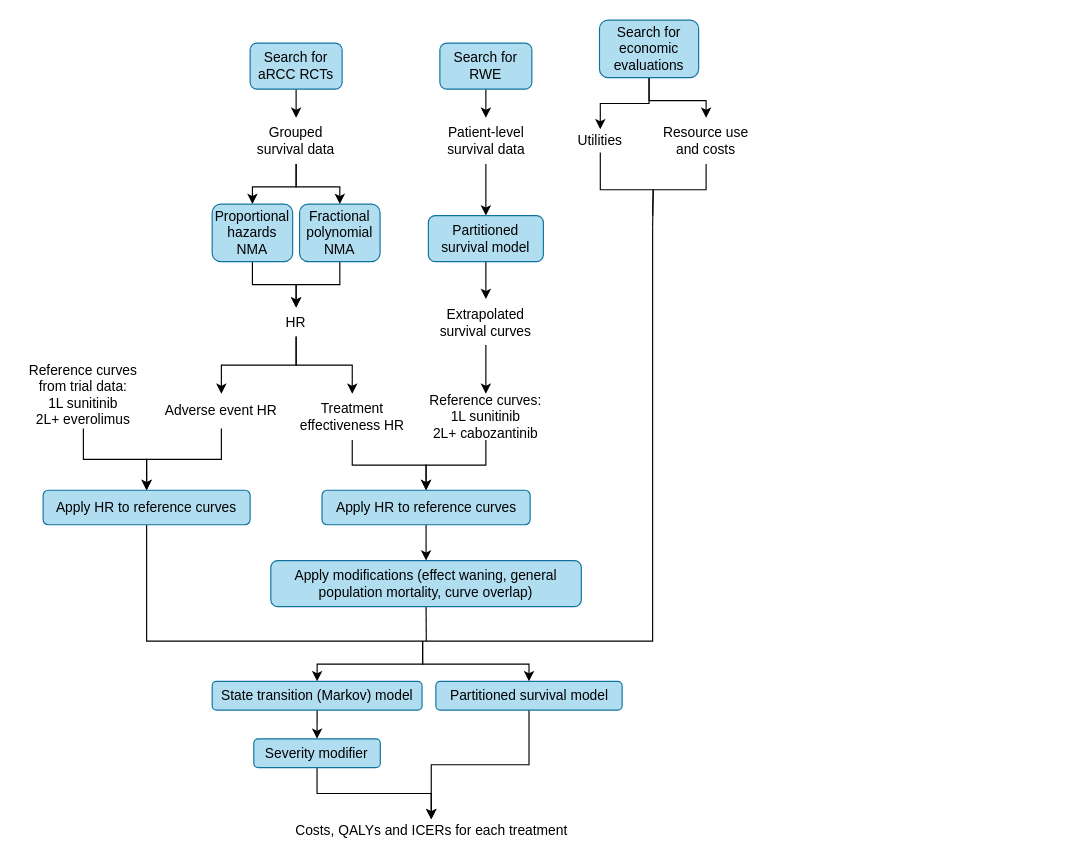
Above: docs/images/detailed_overview_vertical.drawio in nice-digital/NICE-model-repo (draw.io), before the change. Source tidied: cells renumbered, new cells numbered last; positions are measured from the earlier drawing's top-left corner, leaving out a move shared by most shapes. Both pictures are drawn from the tidied source at 115%, with x=0, y=0 at pixel (20, 20).
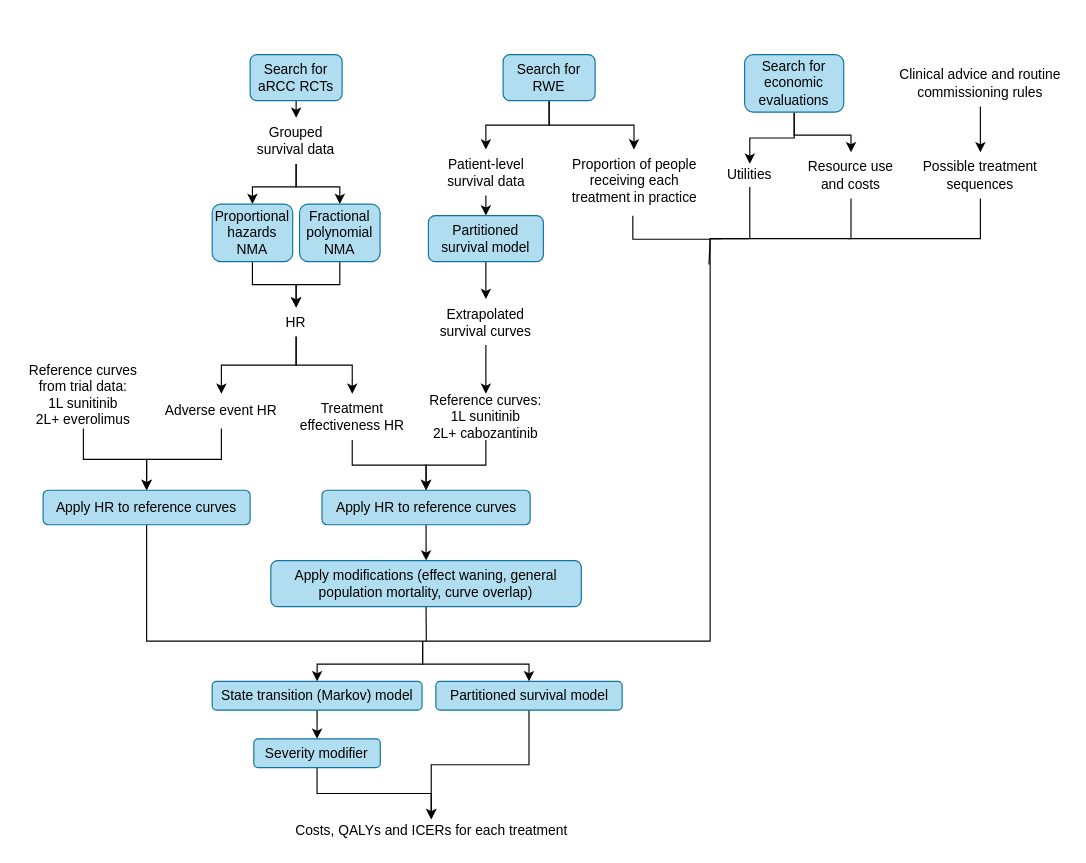
The same page after the edit.

Commit message (it also covers changes not shown here):
docs(diagrams): updated the overview diagrams

Diff of the diagram source:
```diff
@@
     <mxCell id="3" value="Search for aRCC RCTs" style="rounded=1;whiteSpace=wrap;html=1;fillColor=#b1ddf0;strokeColor=#10739e;" parent="1" vertex="1">
-      <mxGeometry x="200" y="20" width="80" height="40" as="geometry" />
+      <mxGeometry x="200" y="30" width="80" height="40" as="geometry" />
     </mxCell>
@@
+    <mxCell id="53" style="edgeStyle=orthogonalEdgeStyle;rounded=0;jettySize=auto;html=1;exitX=0.5;exitY=1;exitDx=0;exitDy=0;entryX=0.5;entryY=0;entryDx=0;entryDy=0;" parent="1" edge="1" source="15" target="57">
+      <mxGeometry relative="1" as="geometry" />
+    </mxCell>
     <mxCell id="15" value="Search for RWE" style="rounded=1;whiteSpace=wrap;html=1;fillColor=#b1ddf0;strokeColor=#10739e;" parent="1" vertex="1">
-      <mxGeometry x="365" y="20" width="80" height="40" as="geometry" />
+      <mxGeometry x="420" y="30" width="80" height="40" as="geometry" />
     </mxCell>
@@
     <mxCell id="17" value="Patient-level survival data" style="rounded=1;whiteSpace=wrap;html=1;fillColor=none;strokeColor=none;" parent="1" vertex="1">
-      <mxGeometry x="362.5" y="85" width="85" height="40" as="geometry" />
+      <mxGeometry x="362.5" y="112.5" width="85" height="40" as="geometry" />
     </mxCell>
@@
-    <mxCell id="34" style="edgeStyle=orthogonalEdgeStyle;rounded=0;jettySize=auto;html=1;exitX=0.5;exitY=1;exitDx=0;exitDy=0;endArrow=none;endFill=0;" parent="1" edge="1" source="35">
-      <mxGeometry relative="1" as="geometry">
-        <mxPoint x="550" y="170" as="targetPoint" />
-      </mxGeometry>
-    </mxCell>
+    <mxCell id="54" style="edgeStyle=orthogonalEdgeStyle;rounded=0;jettySize=auto;html=1;exitX=0.5;exitY=1;exitDx=0;exitDy=0;endArrow=none;endFill=0;" parent="1" edge="1" source="35">
+      <mxGeometry relative="1" as="geometry">
+        <mxPoint x="600" y="190" as="targetPoint" />
+        <Array as="points">
+          <mxPoint x="723" y="190" />
+        </Array>
+      </mxGeometry>
+    </mxCell>
     <mxCell id="35" value="Resource use and costs" style="rounded=1;whiteSpace=wrap;html=1;fillColor=none;strokeColor=none;" parent="1" vertex="1">
-      <mxGeometry x="554" y="85" width="85" height="40" as="geometry" />
+      <mxGeometry x="680" y="115" width="85" height="40" as="geometry" />
     </mxCell>
@@
     <mxCell id="38" value="Search for economic evaluations" style="rounded=1;whiteSpace=wrap;html=1;fillColor=#b1ddf0;strokeColor=#10739e;" parent="1" vertex="1">
-      <mxGeometry x="503.8" width="86.2" height="50" as="geometry" />
+      <mxGeometry x="630" y="30" width="86.2" height="50" as="geometry" />
     </mxCell>
-    <mxCell id="39" style="edgeStyle=orthogonalEdgeStyle;rounded=0;jettySize=auto;html=1;exitX=0.5;exitY=1;exitDx=0;exitDy=0;endArrow=none;endFill=0;" parent="1" edge="1" source="40">
-      <mxGeometry relative="1" as="geometry">
-        <mxPoint x="550" y="180" as="targetPoint" />
-      </mxGeometry>
-    </mxCell>
+    <mxCell id="55" style="edgeStyle=orthogonalEdgeStyle;rounded=0;jettySize=auto;html=1;exitX=0.5;exitY=1;exitDx=0;exitDy=0;endArrow=none;endFill=0;" parent="1" edge="1" source="40">
+      <mxGeometry relative="1" as="geometry">
+        <mxPoint x="600" y="190" as="targetPoint" />
+        <Array as="points">
+          <mxPoint x="635" y="190" />
+        </Array>
+      </mxGeometry>
+    </mxCell>
     <mxCell id="40" value="Utilities" style="rounded=1;whiteSpace=wrap;html=1;fillColor=none;strokeColor=none;" parent="1" vertex="1">
-      <mxGeometry x="480" y="95" width="49" height="20" as="geometry" />
+      <mxGeometry x="610" y="125" width="49" height="20" as="geometry" />
     </mxCell>
@@
     <mxCell id="50" style="endArrow=none;html=1;rounded=0;edgeStyle=orthogonalEdgeStyle;endFill=0;" parent="1" edge="1">
       <mxGeometry relative="1" as="geometry">
-        <mxPoint x="550" y="180" as="sourcePoint" />
+        <mxPoint x="610" y="190" as="sourcePoint" />
         <mxPoint x="360" y="540" as="targetPoint" />
         <Array as="points">
-          <mxPoint x="550" y="540" />
+          <mxPoint x="600" y="540" />
         </Array>
       </mxGeometry>
     </mxCell>
@@
+    <mxCell id="56" style="edgeStyle=orthogonalEdgeStyle;rounded=0;orthogonalLoop=1;jettySize=auto;html=1;exitX=0.5;exitY=1;exitDx=0;exitDy=0;endArrow=none;endFill=0;" parent="1" edge="1">
+      <mxGeometry relative="1" as="geometry">
+        <mxPoint x="532.8" y="170" as="sourcePoint" />
+        <mxPoint x="599" y="212.5" as="targetPoint" />
+        <Array as="points">
+          <mxPoint x="533" y="190.5" />
+          <mxPoint x="600" y="190.5" />
+        </Array>
+      </mxGeometry>
+    </mxCell>
+    <mxCell id="57" value="Proportion of people receiving each treatment in practice" style="rounded=1;whiteSpace=wrap;html=1;fillColor=none;strokeColor=none;" parent="1" vertex="1">
+      <mxGeometry x="477.5" y="112.5" width="112.5" height="55" as="geometry" />
+    </mxCell>
+    <mxCell id="58" style="edgeStyle=orthogonalEdgeStyle;rounded=0;jettySize=auto;html=1;exitX=0.5;exitY=1;exitDx=0;exitDy=0;endArrow=none;endFill=0;" parent="1" edge="1" source="59">
+      <mxGeometry relative="1" as="geometry">
+        <mxPoint x="720" y="190" as="targetPoint" />
+        <Array as="points">
+          <mxPoint x="835" y="190" />
+        </Array>
+      </mxGeometry>
+    </mxCell>
+    <mxCell id="59" value="Possible treatment sequences" style="rounded=1;whiteSpace=wrap;html=1;fillColor=none;strokeColor=none;" parent="1" vertex="1">
+      <mxGeometry x="780" y="115" width="110" height="40" as="geometry" />
+    </mxCell>
+    <mxCell id="60" style="edgeStyle=orthogonalEdgeStyle;rounded=0;jettySize=auto;html=1;exitX=0.5;exitY=1;exitDx=0;exitDy=0;entryX=0.5;entryY=0;entryDx=0;entryDy=0;" parent="1" edge="1" source="61" target="59">
+      <mxGeometry relative="1" as="geometry" />
+    </mxCell>
+    <mxCell id="61" value="Clinical advice and routine commissioning rules" style="rounded=1;whiteSpace=wrap;html=1;fillColor=none;strokeColor=none;" parent="1" vertex="1">
+      <mxGeometry x="760" y="35" width="150" height="40" as="geometry" />
+    </mxCell>
```
